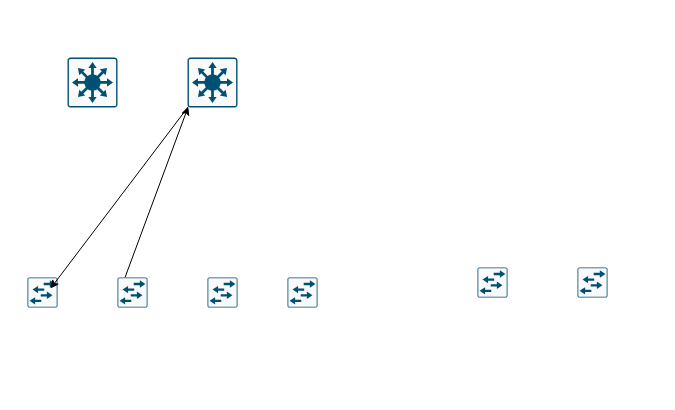
This is Cape Town Topology.drawio from kennedyjombo/intro-to-me, a draw.io file, before an edit. Source tidied: cells renumbered, new cells numbered last; positions are measured from the earlier drawing's top-left corner, leaving out a move shared by most shapes. Both pictures are drawn from the tidied source at 100%, with x=0, y=0 at pixel (27, 57).
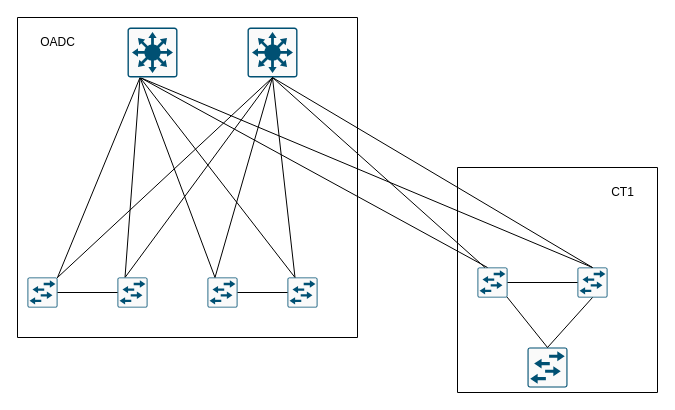
After the change.

The change refers to these unchanged cells:
```xml
<mxCell id="2" style="sketch=0;points=[[0.015,0.015,0],[0.985,0.015,0],[0.985,0.985,0],[0.015,0.985,0],[0.25,0,0],[0.5,0,0],[0.75,0,0],[1,0.25,0],[1,0.5,0],[1,0.75,0],[0.75,1,0],[0.5,1,0],[0.25,1,0],[0,0.75,0],[0,0.5,0],[0,0.25,0]];verticalLabelPosition=bottom;html=1;verticalAlign=top;align=center;shape=mxgraph.cisco19.rect;prIcon=workgroup_switch;fillColor=#FAFAFA;strokeColor=#005073;" parent="1" vertex="1">
  <mxGeometry y="220" width="30" height="30" as="geometry" />
</mxCell>
<mxCell id="3" style="sketch=0;points=[[0.015,0.015,0],[0.985,0.015,0],[0.985,0.985,0],[0.015,0.985,0],[0.25,0,0],[0.5,0,0],[0.75,0,0],[1,0.25,0],[1,0.5,0],[1,0.75,0],[0.75,1,0],[0.5,1,0],[0.25,1,0],[0,0.75,0],[0,0.5,0],[0,0.25,0]];verticalLabelPosition=bottom;html=1;verticalAlign=top;align=center;shape=mxgraph.cisco19.rect;prIcon=workgroup_switch;fillColor=#FAFAFA;strokeColor=#005073;" parent="1" vertex="1">
  <mxGeometry x="180" y="220" width="30" height="30" as="geometry" />
</mxCell>
<mxCell id="4" style="sketch=0;points=[[0.015,0.015,0],[0.985,0.015,0],[0.985,0.985,0],[0.015,0.985,0],[0.25,0,0],[0.5,0,0],[0.75,0,0],[1,0.25,0],[1,0.5,0],[1,0.75,0],[0.75,1,0],[0.5,1,0],[0.25,1,0],[0,0.75,0],[0,0.5,0],[0,0.25,0]];verticalLabelPosition=bottom;html=1;verticalAlign=top;align=center;shape=mxgraph.cisco19.rect;prIcon=workgroup_switch;fillColor=#FAFAFA;strokeColor=#005073;" parent="1" vertex="1">
  <mxGeometry x="260" y="220" width="30" height="30" as="geometry" />
</mxCell>
<mxCell id="6" style="sketch=0;points=[[0.015,0.015,0],[0.985,0.015,0],[0.985,0.985,0],[0.015,0.985,0],[0.25,0,0],[0.5,0,0],[0.75,0,0],[1,0.25,0],[1,0.5,0],[1,0.75,0],[0.75,1,0],[0.5,1,0],[0.25,1,0],[0,0.75,0],[0,0.5,0],[0,0.25,0]];verticalLabelPosition=bottom;html=1;verticalAlign=top;align=center;shape=mxgraph.cisco19.rect;prIcon=workgroup_switch;fillColor=#FAFAFA;strokeColor=#005073;" parent="1" vertex="1">
  <mxGeometry x="90" y="220" width="30" height="30" as="geometry" />
</mxCell>
<mxCell id="7" style="sketch=0;points=[[0.015,0.015,0],[0.985,0.015,0],[0.985,0.985,0],[0.015,0.985,0],[0.25,0,0],[0.5,0,0],[0.75,0,0],[1,0.25,0],[1,0.5,0],[1,0.75,0],[0.75,1,0],[0.5,1,0],[0.25,1,0],[0,0.75,0],[0,0.5,0],[0,0.25,0]];verticalLabelPosition=bottom;html=1;verticalAlign=top;align=center;shape=mxgraph.cisco19.rect;prIcon=workgroup_switch;fillColor=#FAFAFA;strokeColor=#005073;" parent="1" vertex="1">
  <mxGeometry x="550" y="210" width="30" height="30" as="geometry" />
</mxCell>
<mxCell id="8" style="sketch=0;points=[[0.015,0.015,0],[0.985,0.015,0],[0.985,0.985,0],[0.015,0.985,0],[0.25,0,0],[0.5,0,0],[0.75,0,0],[1,0.25,0],[1,0.5,0],[1,0.75,0],[0.75,1,0],[0.5,1,0],[0.25,1,0],[0,0.75,0],[0,0.5,0],[0,0.25,0]];verticalLabelPosition=bottom;html=1;verticalAlign=top;align=center;shape=mxgraph.cisco19.rect;prIcon=workgroup_switch;fillColor=#FAFAFA;strokeColor=#005073;" parent="1" vertex="1">
  <mxGeometry x="450" y="210" width="30" height="30" as="geometry" />
</mxCell>
```

Diff of the diagram source:
```diff
@@
+    <mxCell id="12" style="rounded=0;jettySize=auto;html=1;entryX=0.25;entryY=1;entryDx=0;entryDy=0;entryPerimeter=0;endArrow=none;endFill=0;" parent="1" edge="1" target="10">
+      <mxGeometry relative="1" as="geometry">
+        <mxPoint x="30" y="220" as="sourcePoint" />
+      </mxGeometry>
+    </mxCell>
@@
+    <mxCell id="13" style="rounded=0;jettySize=auto;html=1;exitX=0.25;exitY=0;exitDx=0;exitDy=0;exitPerimeter=0;entryX=0.25;entryY=1;entryDx=0;entryDy=0;entryPerimeter=0;endArrow=none;endFill=0;" parent="1" edge="1" source="3" target="10">
+      <mxGeometry relative="1" as="geometry" />
+    </mxCell>
@@
+    <mxCell id="14" style="rounded=0;jettySize=auto;html=1;exitX=0.25;exitY=0;exitDx=0;exitDy=0;exitPerimeter=0;entryX=0.5;entryY=1;entryDx=0;entryDy=0;entryPerimeter=0;endArrow=none;endFill=0;" parent="1" edge="1" source="4" target="9">
+      <mxGeometry relative="1" as="geometry" />
+    </mxCell>
@@
-    <mxCell id="5" style="rounded=0;jettySize=auto;html=1;exitX=0.25;exitY=0;exitDx=0;exitDy=0;exitPerimeter=0;entryX=0.015;entryY=0.985;entryDx=0;entryDy=0;entryPerimeter=0;" parent="1" edge="1" source="6" target="9">
+    <mxCell id="5" style="rounded=0;jettySize=auto;html=1;exitX=0.25;exitY=0;exitDx=0;exitDy=0;exitPerimeter=0;entryX=0.5;entryY=1;entryDx=0;entryDy=0;entryPerimeter=0;endArrow=none;endFill=0;" parent="1" edge="1" source="6" target="9">
       <mxGeometry relative="1" as="geometry" />
     </mxCell>
+    <mxCell id="15" style="rounded=0;jettySize=auto;html=1;exitX=0.25;exitY=0;exitDx=0;exitDy=0;exitPerimeter=0;entryX=0.25;entryY=1;entryDx=0;entryDy=0;entryPerimeter=0;endArrow=none;endFill=0;" parent="1" edge="1" source="6" target="10">
+      <mxGeometry relative="1" as="geometry" />
+    </mxCell>
@@
     <mxCell id="9" style="sketch=0;points=[[0.015,0.015,0],[0.985,0.015,0],[0.985,0.985,0],[0.015,0.985,0],[0.25,0,0],[0.5,0,0],[0.75,0,0],[1,0.25,0],[1,0.5,0],[1,0.75,0],[0.75,1,0],[0.5,1,0],[0.25,1,0],[0,0.75,0],[0,0.5,0],[0,0.25,0]];verticalLabelPosition=bottom;html=1;verticalAlign=top;align=center;shape=mxgraph.cisco19.rect;prIcon=l3_switch;fillColor=#FAFAFA;strokeColor=#005073;" parent="1" vertex="1">
-      <mxGeometry x="160" width="50" height="50" as="geometry" />
+      <mxGeometry x="220" y="-30" width="50" height="50" as="geometry" />
     </mxCell>
+    <mxCell id="11" style="rounded=0;jettySize=auto;html=1;exitX=0.5;exitY=1;exitDx=0;exitDy=0;exitPerimeter=0;entryX=0.985;entryY=0.015;entryDx=0;entryDy=0;entryPerimeter=0;endArrow=none;endFill=0;" parent="1" edge="1" source="9" target="2">
+      <mxGeometry relative="1" as="geometry" />
+    </mxCell>
+    <mxCell id="16" style="rounded=0;jettySize=auto;html=1;exitX=0.25;exitY=0;exitDx=0;exitDy=0;exitPerimeter=0;entryX=0.5;entryY=1;entryDx=0;entryDy=0;entryPerimeter=0;endArrow=none;endFill=0;" parent="1" edge="1" source="3" target="9">
+      <mxGeometry relative="1" as="geometry" />
+    </mxCell>
+    <mxCell id="17" style="rounded=0;jettySize=auto;html=1;exitX=0.25;exitY=1;exitDx=0;exitDy=0;exitPerimeter=0;entryX=0.25;entryY=0;entryDx=0;entryDy=0;entryPerimeter=0;endArrow=none;endFill=0;" parent="1" edge="1" source="10" target="4">
+      <mxGeometry relative="1" as="geometry" />
+    </mxCell>
+    <mxCell id="18" style="rounded=0;jettySize=auto;html=1;exitX=0.25;exitY=0;exitDx=0;exitDy=0;exitPerimeter=0;entryX=0.5;entryY=1;entryDx=0;entryDy=0;entryPerimeter=0;endArrow=none;endFill=0;" parent="1" edge="1" source="8" target="9">
+      <mxGeometry relative="1" as="geometry" />
+    </mxCell>
+    <mxCell id="19" style="rounded=0;jettySize=auto;html=1;exitX=0.5;exitY=0;exitDx=0;exitDy=0;exitPerimeter=0;entryX=0.25;entryY=1;entryDx=0;entryDy=0;entryPerimeter=0;endArrow=none;endFill=0;" parent="1" edge="1" source="7" target="10">
+      <mxGeometry relative="1" as="geometry" />
+    </mxCell>
+    <mxCell id="20" style="rounded=0;jettySize=auto;html=1;exitX=0.5;exitY=0;exitDx=0;exitDy=0;exitPerimeter=0;entryX=0.5;entryY=1;entryDx=0;entryDy=0;entryPerimeter=0;endArrow=none;endFill=0;" parent="1" edge="1" source="7" target="9">
+      <mxGeometry relative="1" as="geometry" />
+    </mxCell>
+    <mxCell id="21" style="rounded=0;jettySize=auto;html=1;entryX=0.25;entryY=1;entryDx=0;entryDy=0;entryPerimeter=0;endArrow=none;endFill=0;" parent="1" edge="1" target="10">
+      <mxGeometry relative="1" as="geometry">
+        <mxPoint x="460" y="210" as="sourcePoint" />
+      </mxGeometry>
+    </mxCell>
+    <mxCell id="22" style="sketch=0;points=[[0.015,0.015,0],[0.985,0.015,0],[0.985,0.985,0],[0.015,0.985,0],[0.25,0,0],[0.5,0,0],[0.75,0,0],[1,0.25,0],[1,0.5,0],[1,0.75,0],[0.75,1,0],[0.5,1,0],[0.25,1,0],[0,0.75,0],[0,0.5,0],[0,0.25,0]];verticalLabelPosition=bottom;html=1;verticalAlign=top;align=center;shape=mxgraph.cisco19.rect;prIcon=workgroup_switch;fillColor=#FAFAFA;strokeColor=#005073;" parent="1" vertex="1">
+      <mxGeometry x="500" y="290" width="40" height="40" as="geometry" />
+    </mxCell>
+    <mxCell id="23" style="rounded=0;jettySize=auto;html=1;exitX=0.5;exitY=0;exitDx=0;exitDy=0;exitPerimeter=0;entryX=0.985;entryY=0.985;entryDx=0;entryDy=0;entryPerimeter=0;endArrow=none;endFill=0;" parent="1" edge="1" source="22" target="8">
+      <mxGeometry relative="1" as="geometry" />
+    </mxCell>
+    <mxCell id="24" style="rounded=0;jettySize=auto;html=1;exitX=0.5;exitY=0;exitDx=0;exitDy=0;exitPerimeter=0;entryX=0.5;entryY=1;entryDx=0;entryDy=0;entryPerimeter=0;endArrow=none;endFill=0;" parent="1" edge="1" source="22" target="7">
+      <mxGeometry relative="1" as="geometry" />
+    </mxCell>
+    <mxCell id="25" style="edgeStyle=orthogonalEdgeStyle;rounded=0;jettySize=auto;html=1;exitX=1;exitY=0.5;exitDx=0;exitDy=0;exitPerimeter=0;entryX=0;entryY=0.5;entryDx=0;entryDy=0;entryPerimeter=0;endArrow=none;endFill=0;" parent="1" edge="1" source="8" target="7">
+      <mxGeometry relative="1" as="geometry" />
+    </mxCell>
+    <mxCell id="26" style="rounded=0;jettySize=auto;html=1;exitX=0;exitY=0.5;exitDx=0;exitDy=0;exitPerimeter=0;entryX=1;entryY=0.5;entryDx=0;entryDy=0;entryPerimeter=0;endArrow=none;endFill=0;" parent="1" edge="1" source="4" target="3">
+      <mxGeometry relative="1" as="geometry" />
+    </mxCell>
+    <mxCell id="27" style="edgeStyle=orthogonalEdgeStyle;rounded=0;jettySize=auto;html=1;exitX=0;exitY=0.5;exitDx=0;exitDy=0;exitPerimeter=0;entryX=1;entryY=0.5;entryDx=0;entryDy=0;entryPerimeter=0;endArrow=none;endFill=0;" parent="1" edge="1" source="6" target="2">
+      <mxGeometry relative="1" as="geometry" />
+    </mxCell>
+    <mxCell id="28" style="swimlane;startSize=0;" parent="1" vertex="1">
+      <mxGeometry x="-10" y="-40" width="340" height="320" as="geometry" />
+    </mxCell>
+    <mxCell id="29" value="OADC" style="text;html=1;align=center;verticalAlign=middle;strokeColor=none;fillColor=none;" parent="28" vertex="1">
+      <mxGeometry x="10" y="10" width="60" height="30" as="geometry" />
+    </mxCell>
-    <mxCell id="10" style="sketch=0;points=[[0.015,0.015,0],[0.985,0.015,0],[0.985,0.985,0],[0.015,0.985,0],[0.25,0,0],[0.5,0,0],[0.75,0,0],[1,0.25,0],[1,0.5,0],[1,0.75,0],[0.75,1,0],[0.5,1,0],[0.25,1,0],[0,0.75,0],[0,0.5,0],[0,0.25,0]];verticalLabelPosition=bottom;html=1;verticalAlign=top;align=center;shape=mxgraph.cisco19.rect;prIcon=l3_switch;fillColor=#FAFAFA;strokeColor=#005073;" parent="1" vertex="1">
-      <mxGeometry x="40" width="50" height="50" as="geometry" />
+    <mxCell id="10" style="sketch=0;points=[[0.015,0.015,0],[0.985,0.015,0],[0.985,0.985,0],[0.015,0.985,0],[0.25,0,0],[0.5,0,0],[0.75,0,0],[1,0.25,0],[1,0.5,0],[1,0.75,0],[0.75,1,0],[0.5,1,0],[0.25,1,0],[0,0.75,0],[0,0.5,0],[0,0.25,0]];verticalLabelPosition=bottom;html=1;verticalAlign=top;align=center;shape=mxgraph.cisco19.rect;prIcon=l3_switch;fillColor=#FAFAFA;strokeColor=#005073;" parent="28" vertex="1">
+      <mxGeometry x="110" y="10" width="50" height="50" as="geometry" />
     </mxCell>
-    <mxCell id="11" style="rounded=0;jettySize=auto;html=1;exitX=0.015;exitY=0.985;exitDx=0;exitDy=0;exitPerimeter=0;entryX=0.767;entryY=0.367;entryDx=0;entryDy=0;entryPerimeter=0;" parent="1" edge="1" source="9" target="2">
-      <mxGeometry relative="1" as="geometry" />
-    </mxCell>
+    <mxCell id="30" style="swimlane;startSize=0;" parent="1" vertex="1">
+      <mxGeometry x="430" y="110" width="200" height="225" as="geometry" />
+    </mxCell>
+    <mxCell id="31" value="CT1" style="text;html=1;align=center;verticalAlign=middle;strokeColor=none;fillColor=none;" parent="30" vertex="1">
+      <mxGeometry x="140" y="10" width="50" height="30" as="geometry" />
+    </mxCell>
```
